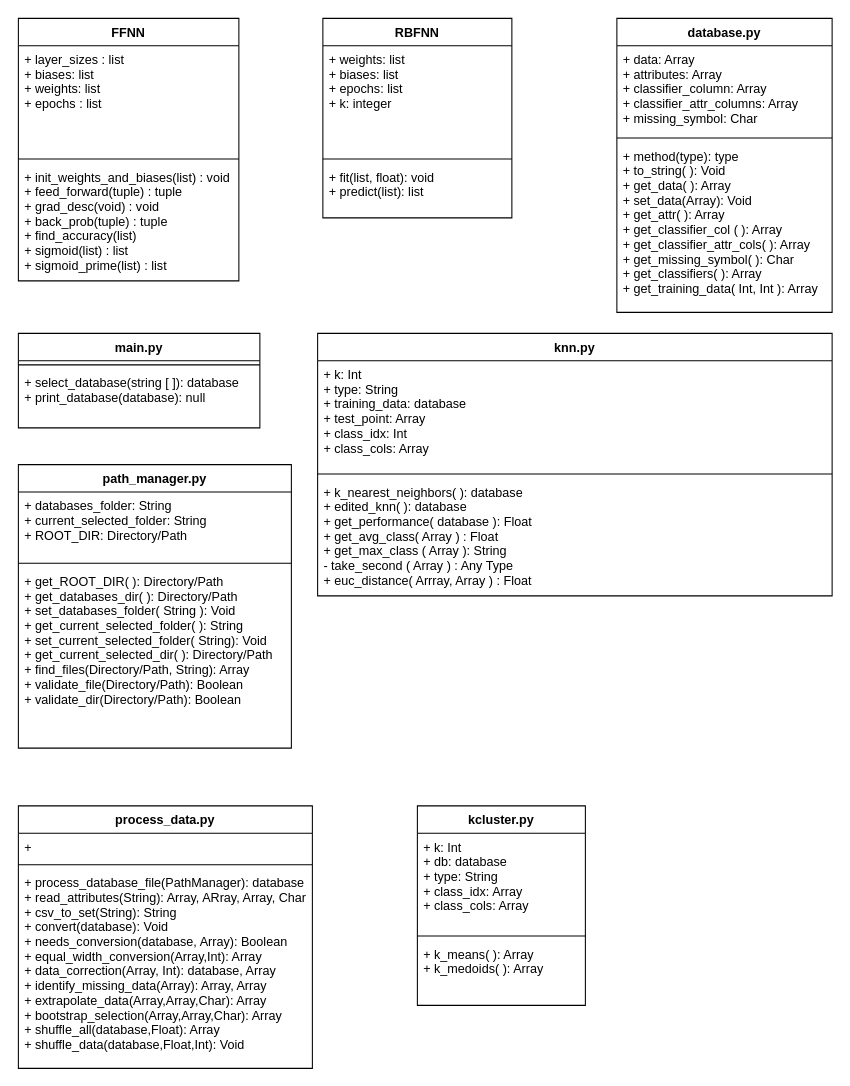
The draw.io diagram Design Doc/design_doc03.drawio in Geo3ngel/CSCI-447-PROJECT-3, before the edit. Source tidied: cells renumbered, new cells numbered last; positions are measured from the earlier drawing's top-left corner, leaving out a move shared by most shapes. Both pictures are drawn from the tidied source at 105%, with x=0, y=0 at pixel (18, 18).
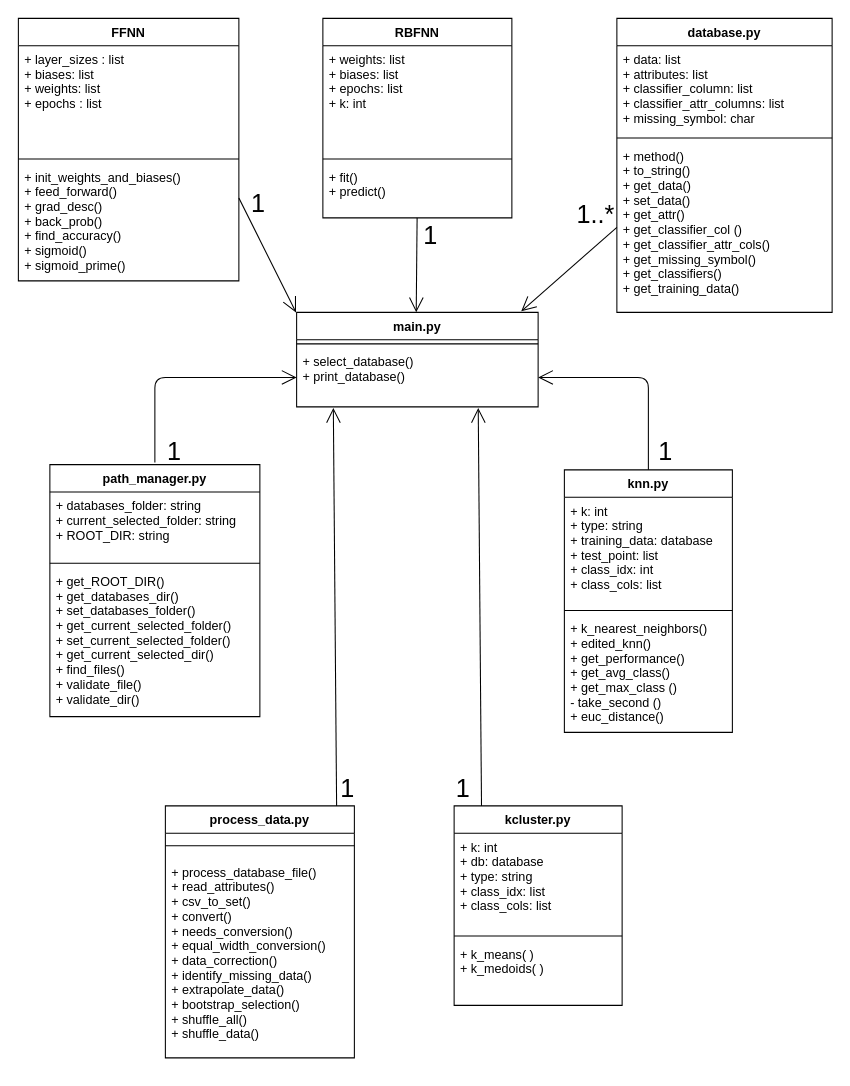
After the change.

Commit message:
Add preliminary associations to UML

The change refers to these unchanged cells:
```xml
<mxCell id="2" value="FFNN" style="swimlane;fontStyle=1;align=center;verticalAlign=top;horizontal=1;startSize=26;" parent="1" vertex="1">
  <mxGeometry width="210" height="250" as="geometry" />
</mxCell>
<mxCell id="6" value="RBFNN" style="swimlane;fontStyle=1;align=center;verticalAlign=top;horizontal=1;startSize=26;" parent="1" vertex="1">
  <mxGeometry x="290" width="180" height="190" as="geometry" />
</mxCell>
<mxCell id="10" value="database.py" style="swimlane;fontStyle=1;align=center;verticalAlign=top;horizontal=1;startSize=26;" parent="1" vertex="1">
  <mxGeometry x="570" width="205" height="280" as="geometry" />
</mxCell>
```

Diff of the diagram source:
```diff
@@
-    <mxCell id="5" value="+ init_weights_and_biases(list) : void&#10;+ feed_forward(tuple) : tuple&#10;+ grad_desc(void) : void&#10;+ back_prob(tuple) : tuple&#10;+ find_accuracy(list)&#10;+ sigmoid(list) : list&#10;+ sigmoid_prime(list) : list" style="text;strokeColor=none;fillColor=none;align=left;verticalAlign=top;spacingLeft=4;spacingRight=4;overflow=hidden;points=[[0,0.5],[1,0.5]];portConstraint=eastwest;" parent="2" vertex="1">
+    <mxCell id="5" value="+ init_weights_and_biases() &#10;+ feed_forward()&#10;+ grad_desc()&#10;+ back_prob()&#10;+ find_accuracy()&#10;+ sigmoid()&#10;+ sigmoid_prime()" style="text;strokeColor=none;fillColor=none;align=left;verticalAlign=top;spacingLeft=4;spacingRight=4;overflow=hidden;points=[[0,0.5],[1,0.5]];portConstraint=eastwest;" parent="2" vertex="1">
       <mxGeometry y="138" width="210" height="112" as="geometry" />
     </mxCell>
@@
-    <mxCell id="7" value="+ weights: list&#10;+ biases: list&#10;+ epochs: list&#10;+ k: integer" style="text;strokeColor=none;fillColor=none;align=left;verticalAlign=top;spacingLeft=4;spacingRight=4;overflow=hidden;" parent="6" vertex="1">
+    <mxCell id="7" value="+ weights: list&#10;+ biases: list&#10;+ epochs: list&#10;+ k: int" style="text;strokeColor=none;fillColor=none;align=left;verticalAlign=top;spacingLeft=4;spacingRight=4;overflow=hidden;" parent="6" vertex="1">
       <mxGeometry y="26" width="180" height="104" as="geometry" />
     </mxCell>
@@
-    <mxCell id="9" value="+ fit(list, float): void&#10;+ predict(list): list&#10;" style="text;strokeColor=none;fillColor=none;align=left;verticalAlign=top;spacingLeft=4;spacingRight=4;overflow=hidden;points=[[0,0.5],[1,0.5]];portConstraint=eastwest;" parent="6" vertex="1">
+    <mxCell id="9" value="+ fit()&#10;+ predict()&#10;" style="text;strokeColor=none;fillColor=none;align=left;verticalAlign=top;spacingLeft=4;spacingRight=4;overflow=hidden;points=[[0,0.5],[1,0.5]];portConstraint=eastwest;" parent="6" vertex="1">
       <mxGeometry y="138" width="180" height="52" as="geometry" />
     </mxCell>
@@
-    <mxCell id="11" value="+ data: Array&#10;+ attributes: Array&#10;+ classifier_column: Array&#10;+ classifier_attr_columns: Array&#10;+ missing_symbol: Char" style="text;strokeColor=none;fillColor=none;align=left;verticalAlign=top;spacingLeft=4;spacingRight=4;overflow=hidden;" parent="10" vertex="1">
+    <mxCell id="11" value="+ data: list&#10;+ attributes: list&#10;+ classifier_column: list&#10;+ classifier_attr_columns: list&#10;+ missing_symbol: char" style="text;strokeColor=none;fillColor=none;align=left;verticalAlign=top;spacingLeft=4;spacingRight=4;overflow=hidden;" parent="10" vertex="1">
       <mxGeometry y="26" width="205" height="84" as="geometry" />
     </mxCell>
@@
-    <mxCell id="13" value="+ method(type): type&#10;+ to_string( ): Void&#10;+ get_data( ): Array&#10;+ set_data(Array): Void&#10;+ get_attr( ): Array&#10;+ get_classifier_col ( ): Array&#10;+ get_classifier_attr_cols( ): Array&#10;+ get_missing_symbol( ): Char&#10;+ get_classifiers( ): Array&#10;+ get_training_data( Int, Int ): Array" style="text;strokeColor=none;fillColor=none;align=left;verticalAlign=top;spacingLeft=4;spacingRight=4;overflow=hidden;points=[[0,0.5],[1,0.5]];portConstraint=eastwest;" parent="10" vertex="1">
+    <mxCell id="13" value="+ method()&#10;+ to_string()&#10;+ get_data()&#10;+ set_data()&#10;+ get_attr()&#10;+ get_classifier_col ()&#10;+ get_classifier_attr_cols()&#10;+ get_missing_symbol()&#10;+ get_classifiers()&#10;+ get_training_data()" style="text;strokeColor=none;fillColor=none;align=left;verticalAlign=top;spacingLeft=4;spacingRight=4;overflow=hidden;points=[[0,0.5],[1,0.5]];portConstraint=eastwest;" parent="10" vertex="1">
       <mxGeometry y="118" width="205" height="162" as="geometry" />
     </mxCell>
     <mxCell id="14" value="main.py" style="swimlane;fontStyle=1;align=center;verticalAlign=top;horizontal=1;startSize=26;" parent="1" vertex="1">
-      <mxGeometry y="300" width="230" height="90" as="geometry" />
+      <mxGeometry x="265" y="280" width="230" height="90" as="geometry" />
     </mxCell>
@@
-    <mxCell id="16" value="+ select_database(string [ ]): database &#10;+ print_database(database): null&#10;" style="text;strokeColor=none;fillColor=none;align=left;verticalAlign=top;spacingLeft=4;spacingRight=4;overflow=hidden;points=[[0,0.5],[1,0.5]];portConstraint=eastwest;" parent="14" vertex="1">
+    <mxCell id="16" value="+ select_database()&#10;+ print_database()&#10;" style="text;strokeColor=none;fillColor=none;align=left;verticalAlign=top;spacingLeft=4;spacingRight=4;overflow=hidden;points=[[0,0.5],[1,0.5]];portConstraint=eastwest;" parent="14" vertex="1">
       <mxGeometry y="34" width="230" height="56" as="geometry" />
     </mxCell>
     <mxCell id="17" value="process_data.py" style="swimlane;fontStyle=1;align=center;verticalAlign=top;horizontal=1;startSize=26;" parent="1" vertex="1">
-      <mxGeometry y="750" width="280" height="250" as="geometry" />
+      <mxGeometry x="140" y="750" width="180" height="240" as="geometry" />
     </mxCell>
-    <mxCell id="18" value="+" style="text;strokeColor=none;fillColor=none;align=left;verticalAlign=top;spacingLeft=4;spacingRight=4;overflow=hidden;" parent="17" vertex="1">
-      <mxGeometry y="26" width="280" height="26" as="geometry" />
-    </mxCell>
     <mxCell id="19" style="line;strokeWidth=1;fillColor=none;align=left;verticalAlign=middle;spacingTop=-1;spacingLeft=3;spacingRight=3;labelPosition=right;" parent="17" vertex="1">
-      <mxGeometry y="52" width="280" height="8" as="geometry" />
+      <mxGeometry y="26" width="180" height="24" as="geometry" />
     </mxCell>
-    <mxCell id="20" value="+ process_database_file(PathManager): database&#10;+ read_attributes(String): Array, ARray, Array, Char&#10;+ csv_to_set(String): String&#10;+ convert(database): Void&#10;+ needs_conversion(database, Array): Boolean&#10;+ equal_width_conversion(Array,Int): Array&#10;+ data_correction(Array, Int): database, Array&#10;+ identify_missing_data(Array): Array, Array&#10;+ extrapolate_data(Array,Array,Char): Array&#10;+ bootstrap_selection(Array,Array,Char): Array&#10;+ shuffle_all(database,Float): Array&#10;+ shuffle_data(database,Float,Int): Void" style="text;strokeColor=none;fillColor=none;align=left;verticalAlign=top;spacingLeft=4;spacingRight=4;overflow=hidden;" parent="17" vertex="1">
-      <mxGeometry y="60" width="280" height="190" as="geometry" />
+    <mxCell id="20" value="+ process_database_file()&#10;+ read_attributes()&#10;+ csv_to_set()&#10;+ convert()&#10;+ needs_conversion()&#10;+ equal_width_conversion()&#10;+ data_correction()&#10;+ identify_missing_data()&#10;+ extrapolate_data()&#10;+ bootstrap_selection()&#10;+ shuffle_all()&#10;+ shuffle_data()" style="text;strokeColor=none;fillColor=none;align=left;verticalAlign=top;spacingLeft=4;spacingRight=4;overflow=hidden;" parent="17" vertex="1">
+      <mxGeometry y="50" width="180" height="190" as="geometry" />
     </mxCell>
     <mxCell id="21" value="path_manager.py" style="swimlane;fontStyle=1;align=center;verticalAlign=top;horizontal=1;startSize=26;" parent="1" vertex="1">
-      <mxGeometry y="425" width="260" height="270" as="geometry" />
+      <mxGeometry x="30" y="425" width="200" height="240" as="geometry" />
     </mxCell>
-    <mxCell id="22" value="+ databases_folder: String&#10;+ current_selected_folder: String&#10;+ ROOT_DIR: Directory/Path" style="text;strokeColor=none;fillColor=none;align=left;verticalAlign=top;spacingLeft=4;spacingRight=4;overflow=hidden;" parent="21" vertex="1">
-      <mxGeometry y="26" width="260" height="64" as="geometry" />
+    <mxCell id="22" value="+ databases_folder: string&#10;+ current_selected_folder: string&#10;+ ROOT_DIR: string" style="text;strokeColor=none;fillColor=none;align=left;verticalAlign=top;spacingLeft=4;spacingRight=4;overflow=hidden;" parent="21" vertex="1">
+      <mxGeometry y="26" width="200" height="64" as="geometry" />
     </mxCell>
     <mxCell id="23" style="line;strokeWidth=1;fillColor=none;align=left;verticalAlign=middle;spacingTop=-1;spacingLeft=3;spacingRight=3;labelPosition=right;" parent="21" vertex="1">
-      <mxGeometry y="90" width="260" height="8" as="geometry" />
+      <mxGeometry y="90" width="200" height="8" as="geometry" />
     </mxCell>
-    <mxCell id="24" value="+ get_ROOT_DIR( ): Directory/Path&#10;+ get_databases_dir( ): Directory/Path&#10;+ set_databases_folder( String ): Void&#10;+ get_current_selected_folder( ): String&#10;+ set_current_selected_folder( String): Void&#10;+ get_current_selected_dir( ): Directory/Path&#10;+ find_files(Directory/Path, String): Array&#10;+ validate_file(Directory/Path): Boolean&#10;+ validate_dir(Directory/Path): Boolean" style="text;strokeColor=none;fillColor=none;align=left;verticalAlign=top;spacingLeft=4;spacingRight=4;overflow=hidden;" parent="21" vertex="1">
-      <mxGeometry y="98" width="260" height="172" as="geometry" />
+    <mxCell id="24" value="+ get_ROOT_DIR()&#10;+ get_databases_dir()&#10;+ set_databases_folder()&#10;+ get_current_selected_folder()&#10;+ set_current_selected_folder()&#10;+ get_current_selected_dir()&#10;+ find_files()&#10;+ validate_file()&#10;+ validate_dir()" style="text;strokeColor=none;fillColor=none;align=left;verticalAlign=top;spacingLeft=4;spacingRight=4;overflow=hidden;" parent="21" vertex="1">
+      <mxGeometry y="98" width="200" height="142" as="geometry" />
     </mxCell>
     <mxCell id="25" value="knn.py" style="swimlane;fontStyle=1;align=center;verticalAlign=top;horizontal=1;startSize=26;" parent="1" vertex="1">
-      <mxGeometry x="285" y="300" width="490" height="250" as="geometry" />
+      <mxGeometry x="520" y="430" width="160" height="250" as="geometry" />
     </mxCell>
-    <mxCell id="26" value="+ k: Int&#10;+ type: String&#10;+ training_data: database&#10;+ test_point: Array&#10;+ class_idx: Int&#10;+ class_cols: Array" style="text;strokeColor=none;fillColor=none;align=left;verticalAlign=top;spacingLeft=4;spacingRight=4;overflow=hidden;" parent="25" vertex="1">
-      <mxGeometry y="26" width="490" height="104" as="geometry" />
+    <mxCell id="26" value="+ k: int&#10;+ type: string&#10;+ training_data: database&#10;+ test_point: list&#10;+ class_idx: int&#10;+ class_cols: list" style="text;strokeColor=none;fillColor=none;align=left;verticalAlign=top;spacingLeft=4;spacingRight=4;overflow=hidden;" parent="25" vertex="1">
+      <mxGeometry y="26" width="160" height="104" as="geometry" />
     </mxCell>
     <mxCell id="27" style="line;strokeWidth=1;fillColor=none;align=left;verticalAlign=middle;spacingTop=-1;spacingLeft=3;spacingRight=3;labelPosition=right;" parent="25" vertex="1">
-      <mxGeometry y="130" width="490" height="8" as="geometry" />
+      <mxGeometry y="130" width="160" height="8" as="geometry" />
     </mxCell>
-    <mxCell id="28" value="+ k_nearest_neighbors( ): database&#10;+ edited_knn( ): database&#10;+ get_performance( database ): Float&#10;+ get_avg_class( Array ) : Float&#10;+ get_max_class ( Array ): String&#10;- take_second ( Array ) : Any Type&#10;+ euc_distance( Arrray, Array ) : Float&#10; " style="text;strokeColor=none;fillColor=none;align=left;verticalAlign=top;spacingLeft=4;spacingRight=4;overflow=hidden;" parent="25" vertex="1">
-      <mxGeometry y="138" width="490" height="112" as="geometry" />
+    <mxCell id="28" value="+ k_nearest_neighbors()&#10;+ edited_knn()&#10;+ get_performance()&#10;+ get_avg_class()&#10;+ get_max_class ()&#10;- take_second ()&#10;+ euc_distance()&#10; " style="text;strokeColor=none;fillColor=none;align=left;verticalAlign=top;spacingLeft=4;spacingRight=4;overflow=hidden;" parent="25" vertex="1">
+      <mxGeometry y="138" width="160" height="112" as="geometry" />
     </mxCell>
     <mxCell id="29" value="kcluster.py" style="swimlane;fontStyle=1;align=center;verticalAlign=top;horizontal=1;startSize=26;" parent="1" vertex="1">
-      <mxGeometry x="380" y="750" width="160" height="190" as="geometry" />
+      <mxGeometry x="415" y="750" width="160" height="190" as="geometry" />
     </mxCell>
-    <mxCell id="30" value="+ k: Int&#10;+ db: database&#10;+ type: String&#10;+ class_idx: Array&#10;+ class_cols: Array&#10;" style="text;strokeColor=none;fillColor=none;align=left;verticalAlign=top;spacingLeft=4;spacingRight=4;overflow=hidden;" parent="29" vertex="1">
+    <mxCell id="30" value="+ k: int&#10;+ db: database&#10;+ type: string&#10;+ class_idx: list&#10;+ class_cols: list" style="text;strokeColor=none;fillColor=none;align=left;verticalAlign=top;spacingLeft=4;spacingRight=4;overflow=hidden;" parent="29" vertex="1">
       <mxGeometry y="26" width="160" height="94" as="geometry" />
     </mxCell>
@@
-    <mxCell id="32" value="+ k_means( ): Array&#10;+ k_medoids( ): Array" style="text;strokeColor=none;fillColor=none;align=left;verticalAlign=top;spacingLeft=4;spacingRight=4;overflow=hidden;" parent="29" vertex="1">
+    <mxCell id="32" value="+ k_means( )&#10;+ k_medoids( )" style="text;strokeColor=none;fillColor=none;align=left;verticalAlign=top;spacingLeft=4;spacingRight=4;overflow=hidden;" parent="29" vertex="1">
       <mxGeometry y="128" width="160" height="62" as="geometry" />
     </mxCell>
+    <mxCell id="33" style="endArrow=open;endFill=1;endSize=12;html=1;spacingTop=-1;entryX=0.752;entryY=1.018;entryDx=0;entryDy=0;entryPerimeter=0;exitX=0.163;exitY=0;exitDx=0;exitDy=0;exitPerimeter=0;" parent="1" edge="1" source="29" target="16">
+      <mxGeometry relative="1" as="geometry" />
+    </mxCell>
+    <mxCell id="34" value="&lt;font style=&quot;font-size: 24px&quot;&gt;1&lt;/font&gt;" style="text;html=1;align=left;verticalAlign=top;spacingTop=-4;" parent="1" vertex="1">
+      <mxGeometry x="415" y="717" width="30" height="20" as="geometry" />
+    </mxCell>
+    <mxCell id="35" style="endArrow=open;endFill=1;endSize=12;html=1;entryX=1;entryY=0.5;entryDx=0;entryDy=0;exitX=0.5;exitY=0;exitDx=0;exitDy=0;" parent="1" edge="1" source="25" target="16">
+      <mxGeometry relative="1" as="geometry">
+        <Array as="points">
+          <mxPoint x="600" y="342" />
+        </Array>
+      </mxGeometry>
+    </mxCell>
+    <mxCell id="36" value="&lt;font style=&quot;font-size: 24px&quot;&gt;1&lt;/font&gt;" style="text;html=1;align=left;verticalAlign=top;spacingTop=-4;" parent="1" vertex="1">
+      <mxGeometry x="607.5" y="396" width="30" height="20" as="geometry" />
+    </mxCell>
+    <mxCell id="37" style="endArrow=open;endFill=1;endSize=12;html=1;entryX=0.152;entryY=1.018;entryDx=0;entryDy=0;entryPerimeter=0;exitX=0.906;exitY=0;exitDx=0;exitDy=0;exitPerimeter=0;" parent="1" edge="1" source="17" target="16">
+      <mxGeometry relative="1" as="geometry" />
+    </mxCell>
+    <mxCell id="38" style="endArrow=open;endFill=1;endSize=12;html=1;entryX=0.93;entryY=-0.011;entryDx=0;entryDy=0;entryPerimeter=0;exitX=0;exitY=0.5;exitDx=0;exitDy=0;" parent="1" edge="1" source="13" target="14">
+      <mxGeometry relative="1" as="geometry" />
+    </mxCell>
+    <mxCell id="39" value="&lt;font style=&quot;font-size: 24px&quot;&gt;1..*&lt;/font&gt;" style="text;html=1;align=left;verticalAlign=top;spacingTop=-4;" parent="1" vertex="1">
+      <mxGeometry x="530" y="170" width="50" height="20" as="geometry" />
+    </mxCell>
+    <mxCell id="40" value="&lt;font style=&quot;font-size: 24px&quot;&gt;1&lt;/font&gt;" style="text;html=1;align=left;verticalAlign=top;spacingTop=-4;" parent="1" vertex="1">
+      <mxGeometry x="305" y="717" width="30" height="20" as="geometry" />
+    </mxCell>
+    <mxCell id="41" style="endArrow=open;endFill=1;endSize=12;html=1;entryX=0;entryY=0.5;entryDx=0;entryDy=0;" parent="1" edge="1" target="16">
+      <mxGeometry relative="1" as="geometry">
+        <mxPoint x="130" y="423" as="sourcePoint" />
+        <Array as="points">
+          <mxPoint x="130" y="342" />
+        </Array>
+      </mxGeometry>
+    </mxCell>
+    <mxCell id="42" value="&lt;font style=&quot;font-size: 24px&quot;&gt;1&lt;/font&gt;" style="text;html=1;align=left;verticalAlign=top;spacingTop=-4;" parent="1" vertex="1">
+      <mxGeometry x="140" y="396" width="30" height="20" as="geometry" />
+    </mxCell>
+    <mxCell id="43" style="endArrow=open;endFill=1;endSize=12;html=1;entryX=0.93;entryY=-0.011;entryDx=0;entryDy=0;entryPerimeter=0;" parent="1" edge="1" source="9">
+      <mxGeometry relative="1" as="geometry">
+        <mxPoint x="378.9" y="280" as="targetPoint" />
+      </mxGeometry>
+    </mxCell>
+    <mxCell id="44" value="&lt;font style=&quot;font-size: 24px&quot;&gt;1&lt;/font&gt;" style="text;html=1;align=left;verticalAlign=top;spacingTop=-4;" parent="1" vertex="1">
+      <mxGeometry x="384" y="190" width="30" height="20" as="geometry" />
+    </mxCell>
+    <mxCell id="45" style="endArrow=open;endFill=1;endSize=12;html=1;entryX=0.93;entryY=-0.011;entryDx=0;entryDy=0;entryPerimeter=0;exitX=1;exitY=0.295;exitDx=0;exitDy=0;exitPerimeter=0;" parent="1" edge="1" source="5">
+      <mxGeometry relative="1" as="geometry">
+        <mxPoint x="264.4" y="280" as="targetPoint" />
+      </mxGeometry>
+    </mxCell>
+    <mxCell id="46" value="&lt;font style=&quot;font-size: 24px&quot;&gt;1&lt;/font&gt;" style="text;html=1;align=left;verticalAlign=top;spacingTop=-4;" parent="1" vertex="1">
+      <mxGeometry x="220" y="160" width="30" height="20" as="geometry" />
+    </mxCell>
```
